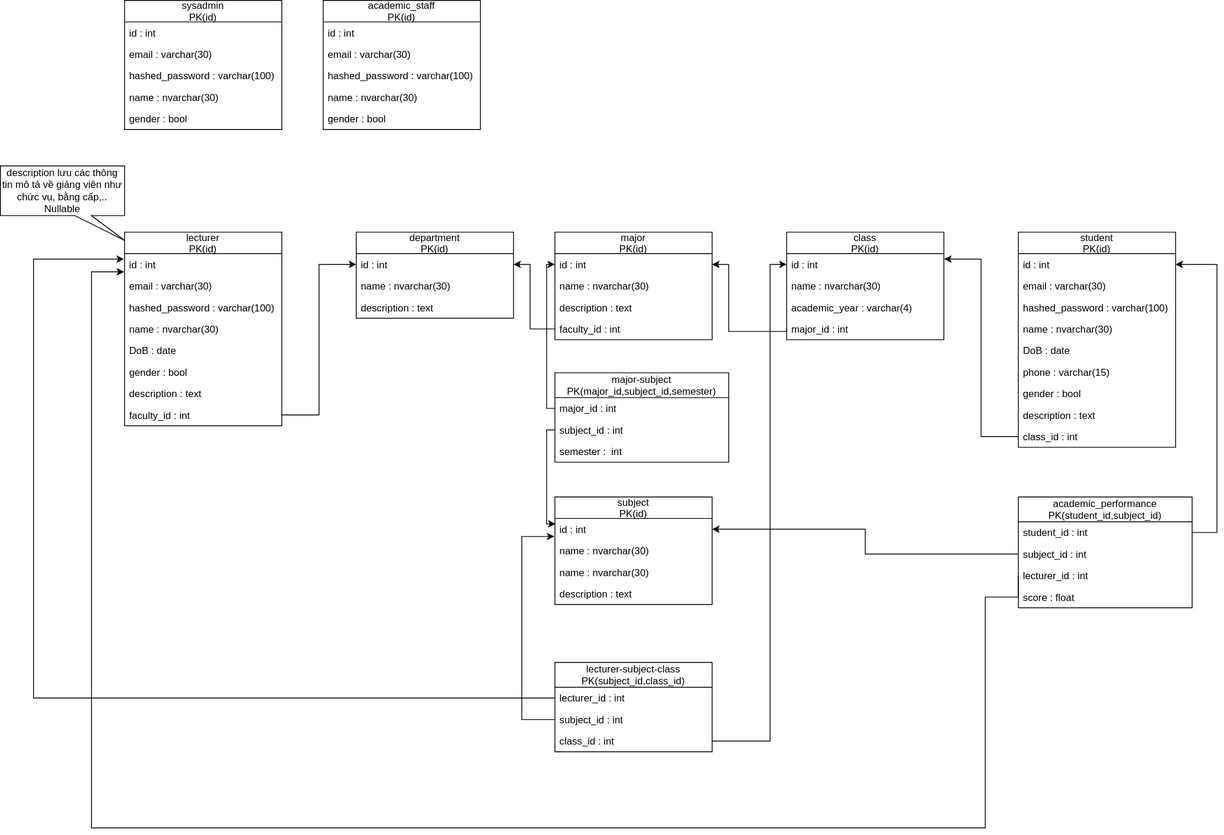
The draw.io diagram design/DB-Draft.svg in thaison185/Laravel-Project, before a commit. Source tidied: cells renumbered, new cells last; positions are measured from the earlier drawing's top-left corner, leaving out a move shared by most shapes.
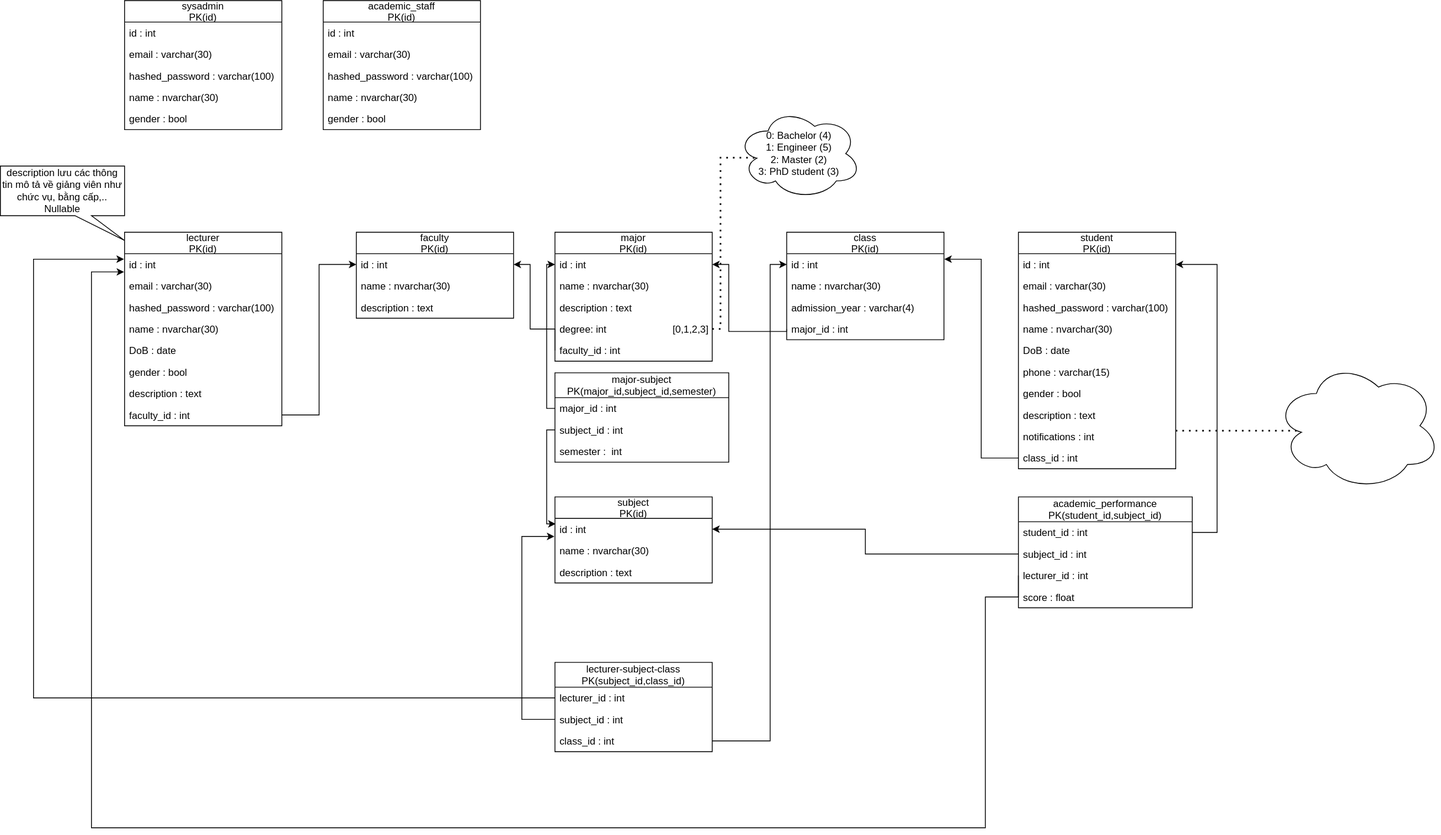
After the commit.

The edit, as a diff of the source:
```diff
@@ -62,13 +62,13 @@
     <mxCell id="21" value="description : text" style="text;strokeColor=none;fillColor=none;align=left;verticalAlign=top;spacingLeft=4;spacingRight=4;overflow=hidden;" parent="14" vertex="1">
       <mxGeometry y="182" width="190" height="26" as="geometry" />
     </mxCell>
-    <mxCell id="22" value="department_id : int" style="text;strokeColor=none;fillColor=none;align=left;verticalAlign=top;spacingLeft=4;spacingRight=4;overflow=hidden;points=[[0,0.5],[1,0.5]];portConstraint=eastwest;" parent="14" vertex="1">
+    <mxCell id="22" value="faculty_id : int" style="text;strokeColor=none;fillColor=none;align=left;verticalAlign=top;spacingLeft=4;spacingRight=4;overflow=hidden;points=[[0,0.5],[1,0.5]];portConstraint=eastwest;" parent="14" vertex="1">
       <mxGeometry y="208" width="190" height="26" as="geometry" />
     </mxCell>
     <mxCell id="23" value="description lưu các thông tin mô tả về giảng viên như chức vụ, bằng cấp,..&lt;br&gt;Nullable" style="shape=callout;whiteSpace=wrap;html=1;perimeter=calloutPerimeter;position2=1;size=30;position=0.6;" parent="1" vertex="1">
       <mxGeometry y="200" width="150" height="90" as="geometry" />
     </mxCell>
-    <mxCell id="24" value="department&#10;PK(id)" style="swimlane;fontStyle=0;horizontal=1;startSize=26;fillColor=none;" parent="1" vertex="1">
+    <mxCell id="24" value="faculty&#10;PK(id)" style="swimlane;fontStyle=0;horizontal=1;startSize=26;fillColor=none;" parent="1" vertex="1">
       <mxGeometry x="430" y="280" width="190" height="104" as="geometry" />
     </mxCell>
     <mxCell id="25" value="id : int " style="text;strokeColor=none;fillColor=none;align=left;verticalAlign=top;spacingLeft=4;spacingRight=4;overflow=hidden;points=[[0,0.5],[1,0.5]];portConstraint=eastwest;" parent="24" vertex="1">
@@ -81,7 +81,7 @@
       <mxGeometry y="78" width="190" height="26" as="geometry" />
     </mxCell>
     <mxCell id="28" value="    major    &#10;PK(id)" style="swimlane;fontStyle=0;horizontal=1;startSize=26;fillColor=none;" parent="1" vertex="1">
-      <mxGeometry x="670" y="280" width="190" height="130" as="geometry" />
+      <mxGeometry x="670" y="280" width="190" height="156" as="geometry" />
     </mxCell>
     <mxCell id="29" value="id : int  " style="text;strokeColor=none;fillColor=none;align=left;verticalAlign=top;spacingLeft=4;spacingRight=4;overflow=hidden;points=[[0,0.5],[1,0.5]];portConstraint=eastwest;" parent="28" vertex="1">
       <mxGeometry y="26" width="190" height="26" as="geometry" />
@@ -92,8 +92,11 @@
     <mxCell id="31" value="description : text" style="text;strokeColor=none;fillColor=none;align=left;verticalAlign=top;spacingLeft=4;spacingRight=4;overflow=hidden;" parent="28" vertex="1">
       <mxGeometry y="78" width="190" height="26" as="geometry" />
     </mxCell>
+    <mxCell id="78" value="degree: int                        [0,1,2,3]" style="text;strokeColor=none;fillColor=none;align=left;verticalAlign=top;spacingLeft=4;spacingRight=4;overflow=hidden;points=[[0,0.5],[1,0.5]];portConstraint=eastwest;" parent="28" vertex="1">
+      <mxGeometry y="104" width="190" height="26" as="geometry" />
+    </mxCell>
-    <mxCell id="32" value="department_id : int" style="text;strokeColor=none;fillColor=none;align=left;verticalAlign=top;spacingLeft=4;spacingRight=4;overflow=hidden;points=[[0,0.5],[1,0.5]];portConstraint=eastwest;" parent="28" vertex="1">
-      <mxGeometry y="104" width="190" height="26" as="geometry" />
+    <mxCell id="32" value="faculty_id : int" style="text;strokeColor=none;fillColor=none;align=left;verticalAlign=top;spacingLeft=4;spacingRight=4;overflow=hidden;points=[[0,0.5],[1,0.5]];portConstraint=eastwest;" parent="28" vertex="1">
+      <mxGeometry y="130" width="190" height="26" as="geometry" />
     </mxCell>
     <mxCell id="33" value="major-subject&#10;PK(major_id,subject_id,semester)" style="swimlane;fontStyle=0;horizontal=1;startSize=30;fillColor=none;" parent="1" vertex="1">
       <mxGeometry x="670" y="450" width="210" height="108" as="geometry" />
@@ -108,7 +111,7 @@
       <mxGeometry y="82" width="210" height="26" as="geometry" />
     </mxCell>
     <mxCell id="37" value="    subject    &#10;PK(id)" style="swimlane;fontStyle=0;horizontal=1;startSize=26;fillColor=none;" parent="1" vertex="1">
-      <mxGeometry x="670" y="600" width="190" height="130" as="geometry" />
+      <mxGeometry x="670" y="600" width="190" height="104" as="geometry" />
     </mxCell>
     <mxCell id="38" value="id : int  " style="text;strokeColor=none;fillColor=none;align=left;verticalAlign=top;spacingLeft=4;spacingRight=4;overflow=hidden;points=[[0,0.5],[1,0.5]];portConstraint=eastwest;" parent="37" vertex="1">
       <mxGeometry y="26" width="190" height="26" as="geometry" />
@@ -116,11 +119,8 @@
     <mxCell id="39" value="name : nvarchar(30)" style="text;strokeColor=none;fillColor=none;align=left;verticalAlign=top;spacingLeft=4;spacingRight=4;overflow=hidden;" parent="37" vertex="1">
       <mxGeometry y="52" width="190" height="26" as="geometry" />
     </mxCell>
-    <mxCell id="40" value="name : nvarchar(30)" style="text;strokeColor=none;fillColor=none;align=left;verticalAlign=top;spacingLeft=4;spacingRight=4;overflow=hidden;" parent="37" vertex="1">
-      <mxGeometry y="78" width="190" height="26" as="geometry" />
-    </mxCell>
     <mxCell id="41" value="description : text" style="text;strokeColor=none;fillColor=none;align=left;verticalAlign=top;spacingLeft=4;spacingRight=4;overflow=hidden;" parent="37" vertex="1">
-      <mxGeometry y="104" width="190" height="26" as="geometry" />
+      <mxGeometry y="78" width="190" height="26" as="geometry" />
     </mxCell>
     <mxCell id="42" value="    class    &#10;PK(id)" style="swimlane;fontStyle=0;horizontal=1;startSize=26;fillColor=none;" parent="1" vertex="1">
       <mxGeometry x="950" y="280" width="190" height="130" as="geometry" />
@@ -131,14 +131,14 @@
     <mxCell id="44" value="name : nvarchar(30)" style="text;strokeColor=none;fillColor=none;align=left;verticalAlign=top;spacingLeft=4;spacingRight=4;overflow=hidden;" parent="42" vertex="1">
       <mxGeometry y="52" width="190" height="26" as="geometry" />
     </mxCell>
-    <mxCell id="45" value="academic_year : varchar(4)" style="text;strokeColor=none;fillColor=none;align=left;verticalAlign=top;spacingLeft=4;spacingRight=4;overflow=hidden;" parent="42" vertex="1">
+    <mxCell id="45" value="admission_year : varchar(4)" style="text;strokeColor=none;fillColor=none;align=left;verticalAlign=top;spacingLeft=4;spacingRight=4;overflow=hidden;" parent="42" vertex="1">
       <mxGeometry y="78" width="190" height="26" as="geometry" />
     </mxCell>
     <mxCell id="46" value="major_id : int" style="text;strokeColor=none;fillColor=none;align=left;verticalAlign=top;spacingLeft=4;spacingRight=4;overflow=hidden;points=[[0,0.5],[1,0.5]];portConstraint=eastwest;" parent="42" vertex="1">
       <mxGeometry y="104" width="190" height="26" as="geometry" />
     </mxCell>
     <mxCell id="47" value="student&#10;PK(id)" style="swimlane;fontStyle=0;horizontal=1;startSize=26;fillColor=none;" parent="1" vertex="1">
-      <mxGeometry x="1230" y="280" width="190" height="260" as="geometry" />
+      <mxGeometry x="1230" y="280" width="190" height="286" as="geometry" />
     </mxCell>
     <mxCell id="48" value="id : int " style="text;strokeColor=none;fillColor=none;align=left;verticalAlign=top;spacingLeft=4;spacingRight=4;overflow=hidden;points=[[0,0.5],[1,0.5]];portConstraint=eastwest;" parent="47" vertex="1">
       <mxGeometry y="26" width="190" height="26" as="geometry" />
@@ -164,8 +164,11 @@
     <mxCell id="55" value="description : text" style="text;strokeColor=none;fillColor=none;align=left;verticalAlign=top;spacingLeft=4;spacingRight=4;overflow=hidden;" parent="47" vertex="1">
       <mxGeometry y="208" width="190" height="26" as="geometry" />
     </mxCell>
+    <mxCell id="79" value="notifications : int" style="text;strokeColor=none;fillColor=none;align=left;verticalAlign=top;spacingLeft=4;spacingRight=4;overflow=hidden;" parent="47" vertex="1">
+      <mxGeometry y="234" width="190" height="26" as="geometry" />
+    </mxCell>
     <mxCell id="56" value="class_id : int" style="text;strokeColor=none;fillColor=none;align=left;verticalAlign=top;spacingLeft=4;spacingRight=4;overflow=hidden;points=[[0,0.5],[1,0.5]];portConstraint=eastwest;" parent="47" vertex="1">
-      <mxGeometry y="234" width="190" height="26" as="geometry" />
+      <mxGeometry y="260" width="190" height="26" as="geometry" />
     </mxCell>
     <mxCell id="57" value="lecturer-subject-class&#10;PK(subject_id,class_id)" style="swimlane;fontStyle=0;horizontal=1;startSize=30;fillColor=none;" parent="1" vertex="1">
       <mxGeometry x="670" y="800" width="190" height="108" as="geometry" />
@@ -268,5 +271,26 @@
         </Array>
       </mxGeometry>
     </mxCell>
+    <mxCell id="80" style="endArrow=none;dashed=1;html=1;dashPattern=1 3;strokeWidth=2;rounded=0;exitX=1;exitY=0.5;exitDx=0;exitDy=0;edgeStyle=orthogonalEdgeStyle;entryX=0.16;entryY=0.55;entryDx=0;entryDy=0;entryPerimeter=0;" parent="1" edge="1" source="78" target="81">
+      <mxGeometry relative="1" as="geometry">
+        <Array as="points">
+          <mxPoint x="870" y="397" />
+          <mxPoint x="870" y="190" />
+          <mxPoint x="909" y="190" />
+        </Array>
+      </mxGeometry>
+    </mxCell>
+    <mxCell id="81" value="0: Bachelor (4)&lt;br&gt;1: Engineer (5)&lt;br&gt;2: Master (2)&lt;br&gt;3: PhD student (3)" style="ellipse;shape=cloud;whiteSpace=wrap;html=1;" parent="1" vertex="1">
+      <mxGeometry x="890" y="130" width="150" height="110" as="geometry" />
+    </mxCell>
+    <mxCell id="82" style="endArrow=none;dashed=1;html=1;dashPattern=1 3;strokeWidth=2;rounded=0;" parent="1" edge="1">
+      <mxGeometry relative="1" as="geometry">
+        <mxPoint x="1420" y="520" as="sourcePoint" />
+        <mxPoint x="1590" y="520" as="targetPoint" />
+      </mxGeometry>
+    </mxCell>
+    <mxCell id="83" style="ellipse;shape=cloud;whiteSpace=wrap;html=1;" parent="1" vertex="1">
+      <mxGeometry x="1540" y="436" width="200" height="156" as="geometry" />
+    </mxCell>
   </root>
 </mxGraphModel>
```
